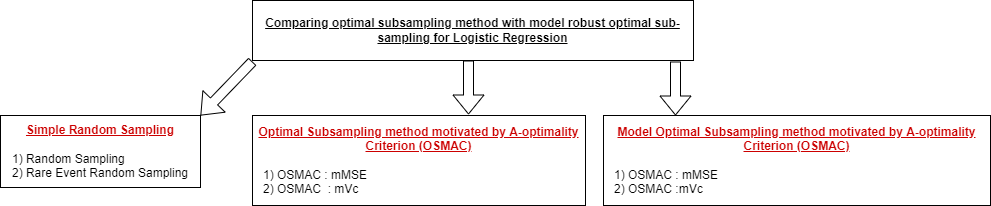
The draw.io diagram Images/All Methods Figure.png in Amalan-ConStat/RS_OS_MROS_LR_TwoVar_Exponential, before a commit. Source tidied: cells renumbered, new cells last; positions are measured from the earlier drawing's top-left corner, leaving out a move shared by most shapes.
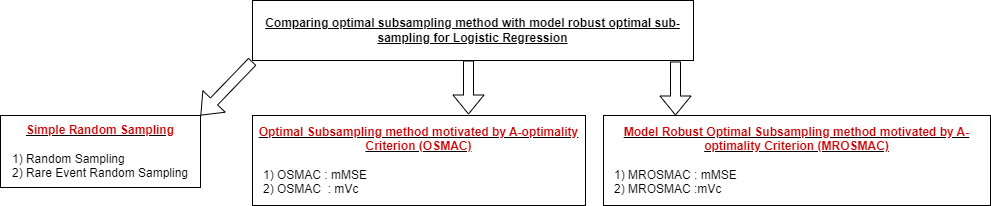
Later version of the same file.

What changed in the source:
```diff
@@ -11,7 +11,7 @@
     <mxCell id="4" value="Comparing optimal subsampling method with model robust optimal sub-sampling for Logistic Regression" style="rounded=0;whiteSpace=wrap;html=1;fontStyle=5;" parent="1" vertex="1">
       <mxGeometry x="252" width="441" height="60" as="geometry" />
     </mxCell>
-    <mxCell id="5" value="&lt;b&gt;&lt;u&gt;&lt;font color=&quot;#cc0000&quot;&gt;Model Optimal Subsampling method motivated by A-optimality Criterion (OSMAC)&lt;/font&gt;&lt;br&gt;&lt;/u&gt;&lt;/b&gt;&lt;br&gt;&lt;div style=&quot;text-align: justify&quot;&gt;&lt;span&gt;&amp;nbsp; &amp;nbsp;1) OSMAC : mMSE&lt;/span&gt;&lt;/div&gt;&lt;div style=&quot;text-align: justify&quot;&gt;&lt;span&gt;&amp;nbsp; &amp;nbsp;2) OSMAC :mVc&lt;/span&gt;&lt;/div&gt;" style="rounded=0;whiteSpace=wrap;html=1;" parent="1" vertex="1">
+    <mxCell id="5" value="&lt;b&gt;&lt;u&gt;&lt;font color=&quot;#cc0000&quot;&gt;Model Robust Optimal Subsampling method motivated by A-optimality Criterion (MROSMAC)&lt;/font&gt;&lt;br&gt;&lt;/u&gt;&lt;/b&gt;&lt;br&gt;&lt;div style=&quot;text-align: justify&quot;&gt;&lt;span&gt;&amp;nbsp; &amp;nbsp;1) MROSMAC : mMSE&lt;/span&gt;&lt;/div&gt;&lt;div style=&quot;text-align: justify&quot;&gt;&lt;span&gt;&amp;nbsp; &amp;nbsp;2) MROSMAC :mVc&lt;/span&gt;&lt;/div&gt;" style="rounded=0;whiteSpace=wrap;html=1;" parent="1" vertex="1">
       <mxGeometry x="603" y="115" width="387" height="90" as="geometry" />
     </mxCell>
     <mxCell id="6" style="shape=flexArrow;endArrow=classic;html=1;rounded=0;fontFamily=Verdana;fontSize=13;fontColor=#0000FF;" parent="1" edge="1">
```
